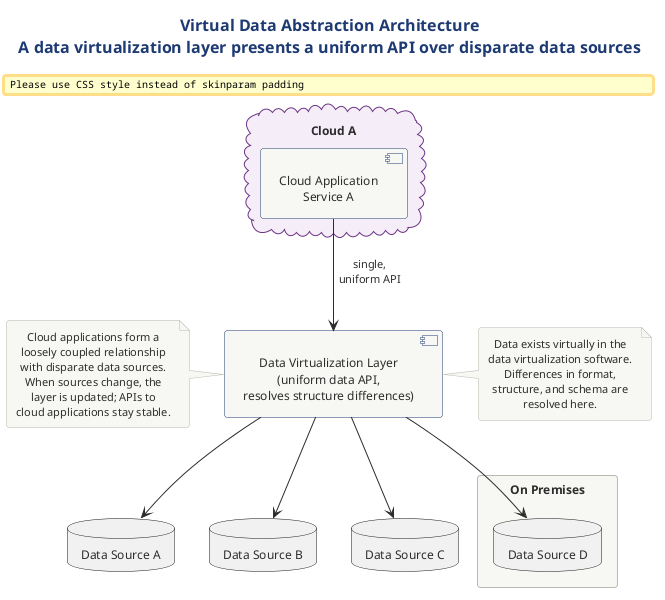
Before: src/architecture/cloud/architecture/cloud-architecture-diagram-library/specialized-cloud-architectures-puml/png/14-virtual-data-abstraction.png, a diagram exported from PlantUML (Notoriousjayy/latex-docs). Its diagram source:
```plantuml
@startuml virtual_data_abstraction
!include ../../../../../../tooling/styles/plantuml/structural/deployment-diagram-style.iuml

title Virtual Data Abstraction Architecture\nA data virtualization layer presents a uniform API over disparate data sources

skinparam cloud {
  BackgroundColor #F4ECF7
  BorderColor #6C3483
}

cloud "Cloud A" as cldA {
  component "Cloud Application\nService A" as appA
}

component "Data Virtualization Layer\n(uniform data API,\nresolves structure differences)" as dvl

database "Data Source A" as dsA
database "Data Source B" as dsB
database "Data Source C" as dsC

package "On Premises" as onprem {
  database "Data Source D" as dsD
}

appA -down-> dvl : single,\nuniform API
dvl -down-> dsA
dvl -down-> dsB
dvl -down-> dsC
dvl -down-> dsD

note right of dvl
  Data exists virtually in the
  data virtualization software.
  Differences in format,
  structure, and schema are
  resolved here.
end note

note left of dvl
  Cloud applications form a
  loosely coupled relationship
  with disparate data sources.
  When sources change, the
  layer is updated; APIs to
  cloud applications stay stable.
end note

@enduml
```
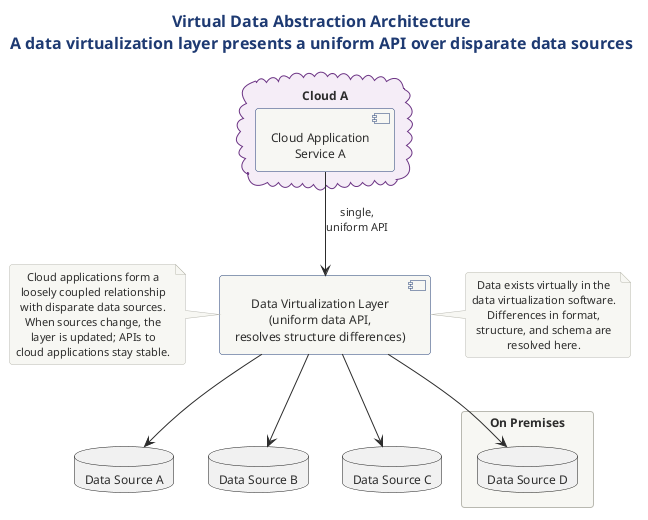
Above is the later version.

Change to the diagram source:
```diff
@@ -1,4 +1,4 @@
-@startuml virtual_data_abstraction
+@startuml
 !include ../../../../../../tooling/styles/plantuml/structural/deployment-diagram-style.iuml
 
 title Virtual Data Abstraction Architecture\nA data virtualization layer presents a uniform API over disparate data sources
```
